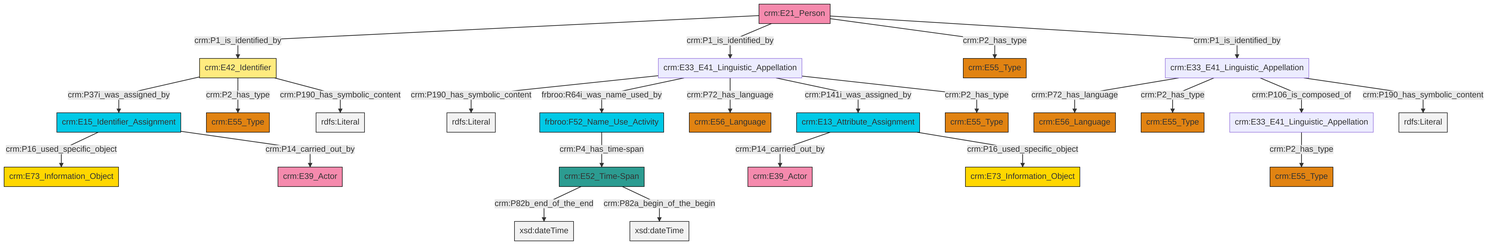
Earlier version of the Mermaid export et/personCSV/ttl/mmd/png/Person_Names_and_Classification.png (swiss-art-research-net/docs.swissartresearch). Its source is kept beside it as et/personCSV/ttl/mmd/Person_Names_and_Classification.ttl.mmd.
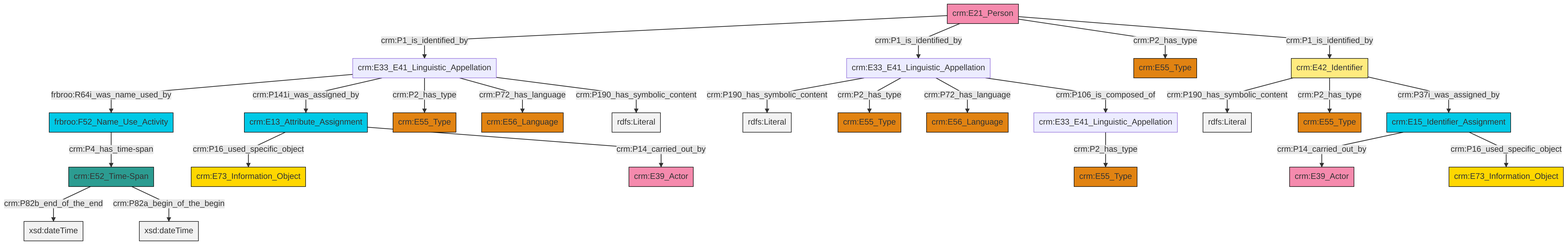
The same file after the commit.

The edit, as a diff of the source:
```diff
@@ -13,27 +13,27 @@
 classDef PC_Classes fill:#4ce600, stroke:#000000;
 classDef Multi fill:#cccccc,stroke:#000000;
 
-0["crm:E52_Time-Span"]:::Time-Span -->|crm:P82b_end_of_the_end| 1[xsd:dateTime]:::Literal
-3["crm:E42_Identifier"]:::Appellation -->|crm:P37i_was_assigned_by| 7["crm:E15_Identifier_Assignment"]:::Temporal_Entity
-8["crm:E33_E41_Linguistic_Appellation"]:::Default -->|crm:P2_has_type| 9["crm:E55_Type"]:::Type
-11["crm:E21_Person"]:::Actor -->|crm:P1_is_identified_by| 3["crm:E42_Identifier"]:::Appellation
-13["crm:E33_E41_Linguistic_Appellation"]:::Default -->|crm:P72_has_language| 17["crm:E56_Language"]:::Type
-22["crm:E33_E41_Linguistic_Appellation"]:::Default -->|crm:P190_has_symbolic_content| 23[rdfs:Literal]:::Literal
-3["crm:E42_Identifier"]:::Appellation -->|crm:P2_has_type| 24["crm:E55_Type"]:::Type
-11["crm:E21_Person"]:::Actor -->|crm:P1_is_identified_by| 22["crm:E33_E41_Linguistic_Appellation"]:::Default
-5["crm:E13_Attribute_Assignment"]:::Temporal_Entity -->|crm:P14_carried_out_by| 33["crm:E39_Actor"]:::Actor
-18["frbroo:F52_Name_Use_Activity"]:::Temporal_Entity -->|crm:P4_has_time-span| 0["crm:E52_Time-Span"]:::Time-Span
-7["crm:E15_Identifier_Assignment"]:::Temporal_Entity -->|crm:P16_used_specific_object| 15["crm:E73_Information_Object"]:::Conceptual_Object
-7["crm:E15_Identifier_Assignment"]:::Temporal_Entity -->|crm:P14_carried_out_by| 27["crm:E39_Actor"]:::Actor
-22["crm:E33_E41_Linguistic_Appellation"]:::Default -->|frbroo:R64i_was_name_used_by| 18["frbroo:F52_Name_Use_Activity"]:::Temporal_Entity
-13["crm:E33_E41_Linguistic_Appellation"]:::Default -->|crm:P2_has_type| 20["crm:E55_Type"]:::Type
-13["crm:E33_E41_Linguistic_Appellation"]:::Default -->|crm:P106_is_composed_of| 8["crm:E33_E41_Linguistic_Appellation"]:::Default
-22["crm:E33_E41_Linguistic_Appellation"]:::Default -->|crm:P72_has_language| 35["crm:E56_Language"]:::Type
-3["crm:E42_Identifier"]:::Appellation -->|crm:P190_has_symbolic_content| 39[rdfs:Literal]:::Literal
-11["crm:E21_Person"]:::Actor -->|crm:P2_has_type| 40["crm:E55_Type"]:::Type
-22["crm:E33_E41_Linguistic_Appellation"]:::Default -->|crm:P141i_was_assigned_by| 5["crm:E13_Attribute_Assignment"]:::Temporal_Entity
-0["crm:E52_Time-Span"]:::Time-Span -->|crm:P82a_begin_of_the_begin| 43[xsd:dateTime]:::Literal
-22["crm:E33_E41_Linguistic_Appellation"]:::Default -->|crm:P2_has_type| 31["crm:E55_Type"]:::Type
-13["crm:E33_E41_Linguistic_Appellation"]:::Default -->|crm:P190_has_symbolic_content| 44[rdfs:Literal]:::Literal
-5["crm:E13_Attribute_Assignment"]:::Temporal_Entity -->|crm:P16_used_specific_object| 36["crm:E73_Information_Object"]:::Conceptual_Object
-11["crm:E21_Person"]:::Actor -->|crm:P1_is_identified_by| 13["crm:E33_E41_Linguistic_Appellation"]:::Default
+2["frbroo:F52_Name_Use_Activity"]:::Temporal_Entity -->|crm:P4_has_time-span| 3["crm:E52_Time-Span"]:::Time-Span
+6["crm:E42_Identifier"]:::Appellation -->|crm:P190_has_symbolic_content| 7[rdfs:Literal]:::Literal
+8["crm:E33_E41_Linguistic_Appellation"]:::Default -->|crm:P190_has_symbolic_content| 9[rdfs:Literal]:::Literal
+12["crm:E13_Attribute_Assignment"]:::Temporal_Entity -->|crm:P16_used_specific_object| 13["crm:E73_Information_Object"]:::Conceptual_Object
+8["crm:E33_E41_Linguistic_Appellation"]:::Default -->|crm:P2_has_type| 0["crm:E55_Type"]:::Type
+15["crm:E15_Identifier_Assignment"]:::Temporal_Entity -->|crm:P14_carried_out_by| 16["crm:E39_Actor"]:::Actor
+8["crm:E33_E41_Linguistic_Appellation"]:::Default -->|crm:P72_has_language| 21["crm:E56_Language"]:::Type
+3["crm:E52_Time-Span"]:::Time-Span -->|crm:P82b_end_of_the_end| 24[xsd:dateTime]:::Literal
+25["crm:E33_E41_Linguistic_Appellation"]:::Default -->|frbroo:R64i_was_name_used_by| 2["frbroo:F52_Name_Use_Activity"]:::Temporal_Entity
+15["crm:E15_Identifier_Assignment"]:::Temporal_Entity -->|crm:P16_used_specific_object| 17["crm:E73_Information_Object"]:::Conceptual_Object
+25["crm:E33_E41_Linguistic_Appellation"]:::Default -->|crm:P141i_was_assigned_by| 12["crm:E13_Attribute_Assignment"]:::Temporal_Entity
+26["crm:E21_Person"]:::Actor -->|crm:P1_is_identified_by| 25["crm:E33_E41_Linguistic_Appellation"]:::Default
+8["crm:E33_E41_Linguistic_Appellation"]:::Default -->|crm:P106_is_composed_of| 4["crm:E33_E41_Linguistic_Appellation"]:::Default
+6["crm:E42_Identifier"]:::Appellation -->|crm:P2_has_type| 29["crm:E55_Type"]:::Type
+3["crm:E52_Time-Span"]:::Time-Span -->|crm:P82a_begin_of_the_begin| 35[xsd:dateTime]:::Literal
+4["crm:E33_E41_Linguistic_Appellation"]:::Default -->|crm:P2_has_type| 36["crm:E55_Type"]:::Type
+25["crm:E33_E41_Linguistic_Appellation"]:::Default -->|crm:P2_has_type| 10["crm:E55_Type"]:::Type
+26["crm:E21_Person"]:::Actor -->|crm:P1_is_identified_by| 8["crm:E33_E41_Linguistic_Appellation"]:::Default
+26["crm:E21_Person"]:::Actor -->|crm:P2_has_type| 22["crm:E55_Type"]:::Type
+6["crm:E42_Identifier"]:::Appellation -->|crm:P37i_was_assigned_by| 15["crm:E15_Identifier_Assignment"]:::Temporal_Entity
+25["crm:E33_E41_Linguistic_Appellation"]:::Default -->|crm:P72_has_language| 40["crm:E56_Language"]:::Type
+12["crm:E13_Attribute_Assignment"]:::Temporal_Entity -->|crm:P14_carried_out_by| 43["crm:E39_Actor"]:::Actor
+26["crm:E21_Person"]:::Actor -->|crm:P1_is_identified_by| 6["crm:E42_Identifier"]:::Appellation
+25["crm:E33_E41_Linguistic_Appellation"]:::Default -->|crm:P190_has_symbolic_content| 46[rdfs:Literal]:::Literal
```
